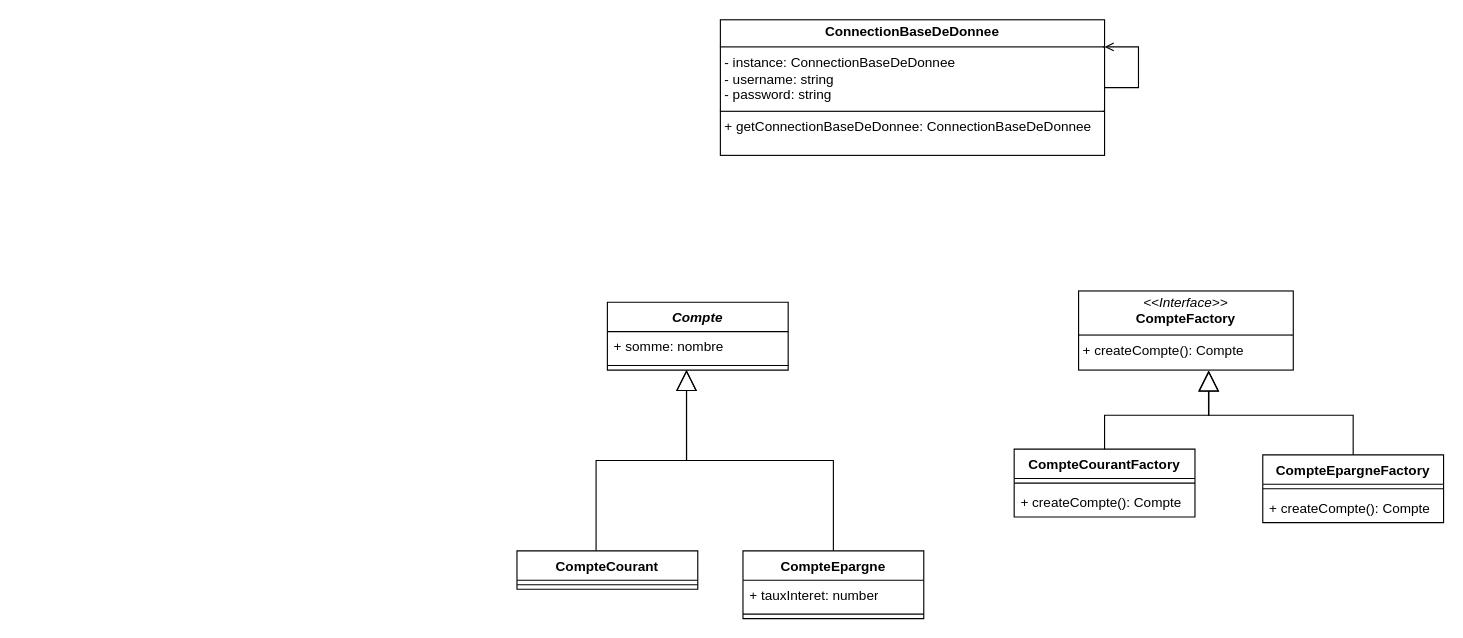
SamuelFMS/18-Dev-Design-Patern keeps this draw.io diagram as docs/DiagrammeDeClasse.drawio. Above is the earlier version. Source tidied: cells renumbered, new cells numbered last; positions are measured from the earlier drawing's top-left corner, leaving out a move shared by most shapes. Both pictures are drawn from the tidied source at 113%, with x=0, y=0 at pixel (516, 19).
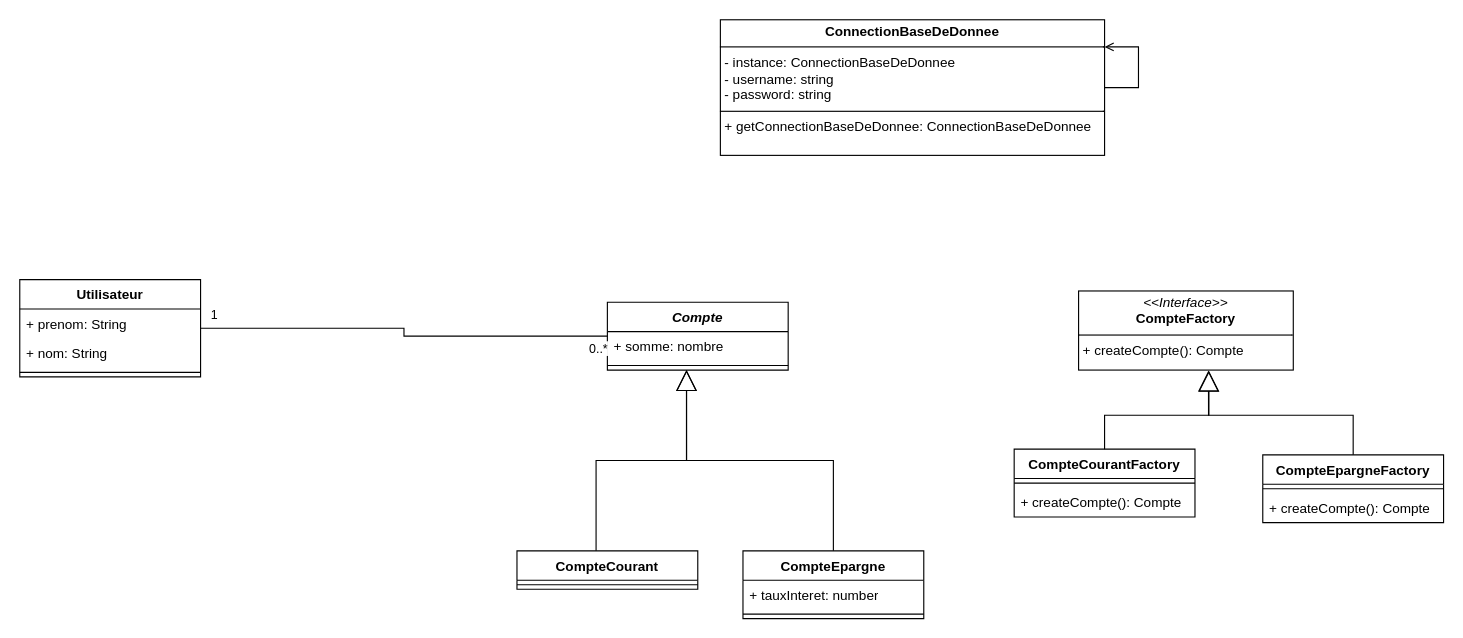
After the change.

Commit message:
docs: Ajout dans le diagramme des classes, la Class Utilisateur qui peut posseder un ou plusieurs comptes et un compte appartient a qu'un seul utilisateur

Unchanged cells that the change refers to:
```xml
<mxCell id="4" value="&lt;i&gt;Compte&lt;/i&gt;" style="swimlane;fontStyle=1;align=center;verticalAlign=top;horizontal=1;startSize=26;whiteSpace=wrap;html=1;" parent="1" vertex="1">
  <mxGeometry x="80" y="250" width="160" height="60" as="geometry" />
</mxCell>
```

What changed in the source:
```diff
@@
+    <mxCell id="23" style="edgeStyle=orthogonalEdgeStyle;rounded=0;jettySize=auto;html=1;defaultLabelBackgroundColor=page;labelPadding=0 4;entryX=0;entryY=0.5;entryDx=0;entryDy=0;endArrow=none;endFill=0;" parent="1" edge="1" source="26" target="4">
+      <mxGeometry relative="1" as="geometry" />
+    </mxCell>
+    <mxCell id="24" value="0..*" style="edgeLabel;html=1;align=center;verticalAlign=middle;inheritText=1;defaultLabelBackgroundColor=page;labelPadding=0 4;" parent="23" vertex="1">
+      <mxGeometry x="0.96" y="2" relative="1" as="geometry">
+        <mxPoint x="-2" y="12" as="offset" />
+      </mxGeometry>
+    </mxCell>
+    <mxCell id="25" value="1" style="edgeLabel;html=1;align=center;verticalAlign=middle;inheritText=1;defaultLabelBackgroundColor=page;labelPadding=0 4;" parent="23" vertex="1">
+      <mxGeometry x="-0.97" y="1" relative="1" as="geometry">
+        <mxPoint x="5" y="-12" as="offset" />
+      </mxGeometry>
+    </mxCell>
+    <mxCell id="26" value="Utilisateur" style="swimlane;fontStyle=1;align=center;verticalAlign=top;horizontal=1;startSize=26;whiteSpace=wrap;html=1;" parent="1" vertex="1">
+      <mxGeometry x="-440" y="230" width="160" height="86" as="geometry" />
+    </mxCell>
+    <mxCell id="27" value="+ prenom: String" style="text;strokeColor=none;fillColor=none;align=left;verticalAlign=top;spacingLeft=4;spacingRight=4;overflow=hidden;whiteSpace=wrap;html=1;" parent="26" vertex="1">
+      <mxGeometry y="26" width="160" height="26" as="geometry" />
+    </mxCell>
+    <mxCell id="28" value="+ nom: String" style="text;strokeColor=none;fillColor=none;align=left;verticalAlign=top;spacingLeft=4;spacingRight=4;overflow=hidden;whiteSpace=wrap;html=1;" parent="26" vertex="1">
+      <mxGeometry y="52" width="160" height="26" as="geometry" />
+    </mxCell>
+    <mxCell id="29" style="line;strokeWidth=1;fillColor=none;align=left;verticalAlign=middle;spacingTop=-1;spacingLeft=3;spacingRight=3;labelPosition=right;strokeColor=inherit;labelPerimeter=1;" parent="26" vertex="1">
+      <mxGeometry y="78" width="160" height="8" as="geometry" />
+    </mxCell>
```
